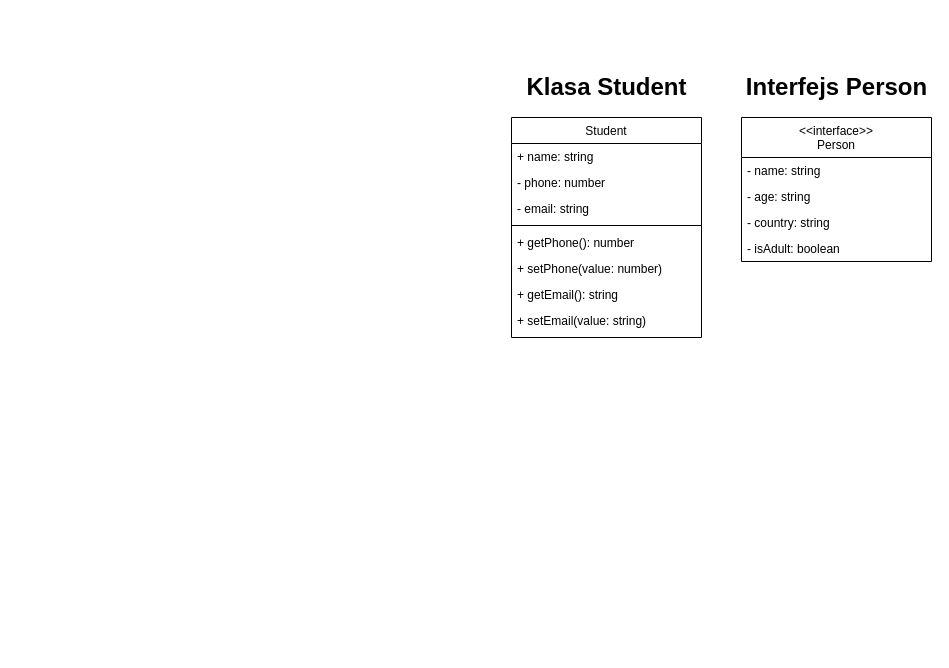
mateuszjansowa/article-uml-diagrams keeps this draw.io diagram as diagram_klas.drawio. Above is the earlier version. Source tidied: cells renumbered, new cells numbered last; positions are measured from the earlier drawing's top-left corner, leaving out a move shared by most shapes. Both pictures are drawn from the tidied source at 100%, with x=0, y=0 at pixel (511, 67).
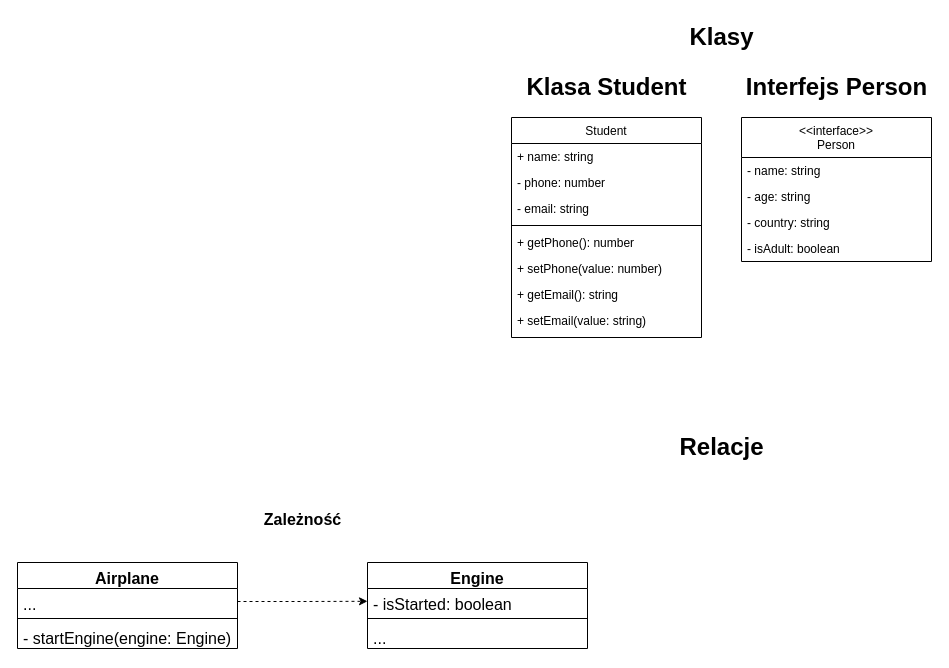
After the change.

Change to the diagram source:
```diff
@@
+    <mxCell id="18" value="Relacje" style="text;strokeColor=none;fillColor=none;html=1;fontSize=24;fontStyle=1;verticalAlign=middle;align=center;" parent="1" vertex="1">
+      <mxGeometry x="160" y="360" width="100" height="40" as="geometry" />
+    </mxCell>
+    <mxCell id="19" value="Klasy" style="text;strokeColor=none;fillColor=none;html=1;fontSize=24;fontStyle=1;verticalAlign=middle;align=center;" parent="1" vertex="1">
+      <mxGeometry x="160" y="-50" width="100" height="40" as="geometry" />
+    </mxCell>
+    <mxCell id="20" value="&lt;font style=&quot;font-size: 16px;&quot;&gt;Zależność&lt;/font&gt;" style="text;strokeColor=none;fillColor=none;html=1;fontSize=24;fontStyle=1;verticalAlign=middle;align=center;" parent="1" vertex="1">
+      <mxGeometry x="-259" y="430" width="100" height="40" as="geometry" />
+    </mxCell>
+    <mxCell id="21" value="Airplane" style="swimlane;fontStyle=1;align=center;verticalAlign=top;horizontal=1;startSize=26;fontSize=16;" parent="1" vertex="1">
+      <mxGeometry x="-494" y="495" width="220" height="86" as="geometry" />
+    </mxCell>
+    <mxCell id="22" value="..." style="text;strokeColor=none;fillColor=none;align=left;verticalAlign=top;spacingLeft=4;spacingRight=4;overflow=hidden;points=[[0,0.5],[1,0.5]];portConstraint=eastwest;fontSize=16;" parent="21" vertex="1">
+      <mxGeometry y="26" width="220" height="26" as="geometry" />
+    </mxCell>
+    <mxCell id="23" style="line;strokeWidth=1;fillColor=none;align=left;verticalAlign=middle;spacingTop=-1;spacingLeft=3;spacingRight=3;labelPosition=right;strokeColor=inherit;fontSize=16;" parent="21" vertex="1">
+      <mxGeometry y="52" width="220" height="8" as="geometry" />
+    </mxCell>
+    <mxCell id="24" value="- startEngine(engine: Engine)" style="text;strokeColor=none;fillColor=none;align=left;verticalAlign=top;spacingLeft=4;spacingRight=4;overflow=hidden;fontSize=16;" parent="21" vertex="1">
+      <mxGeometry y="60" width="220" height="26" as="geometry" />
+    </mxCell>
+    <mxCell id="25" style="edgeStyle=orthogonalEdgeStyle;rounded=0;jettySize=auto;html=1;exitX=1;exitY=0.5;exitDx=0;exitDy=0;fontSize=16;dashed=1;endArrow=classic;endFill=1;" parent="1" edge="1" source="22">
+      <mxGeometry relative="1" as="geometry">
+        <mxPoint x="-144" y="533.8" as="targetPoint" />
+      </mxGeometry>
+    </mxCell>
+    <mxCell id="26" value="Engine" style="swimlane;fontStyle=1;align=center;verticalAlign=top;horizontal=1;startSize=26;fontSize=16;" parent="1" vertex="1">
+      <mxGeometry x="-144" y="495" width="220" height="86" as="geometry" />
+    </mxCell>
+    <mxCell id="27" value="- isStarted: boolean" style="text;strokeColor=none;fillColor=none;align=left;verticalAlign=top;spacingLeft=4;spacingRight=4;overflow=hidden;fontSize=16;" parent="26" vertex="1">
+      <mxGeometry y="26" width="220" height="26" as="geometry" />
+    </mxCell>
+    <mxCell id="28" style="line;strokeWidth=1;fillColor=none;align=left;verticalAlign=middle;spacingTop=-1;spacingLeft=3;spacingRight=3;labelPosition=right;strokeColor=inherit;fontSize=16;" parent="26" vertex="1">
+      <mxGeometry y="52" width="220" height="8" as="geometry" />
+    </mxCell>
+    <mxCell id="29" value="..." style="text;strokeColor=none;fillColor=none;align=left;verticalAlign=top;spacingLeft=4;spacingRight=4;overflow=hidden;fontSize=16;" parent="26" vertex="1">
+      <mxGeometry y="60" width="220" height="26" as="geometry" />
+    </mxCell>
```
